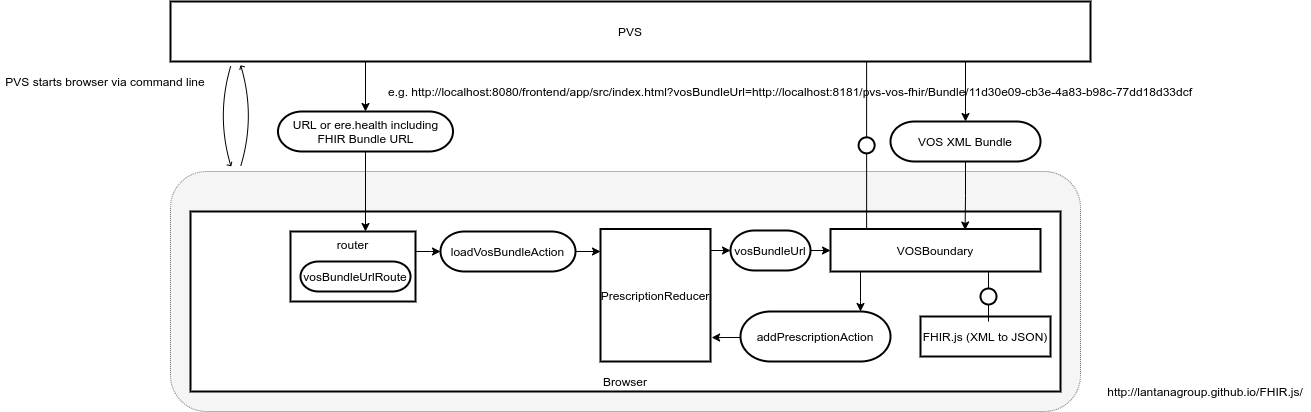
Above: img/vos-architecture.png in ere-health/architecture (draw.io), before the change. Source tidied: cells renumbered, new cells last; positions are measured from the earlier drawing's top-left corner, leaving out a move shared by most shapes.
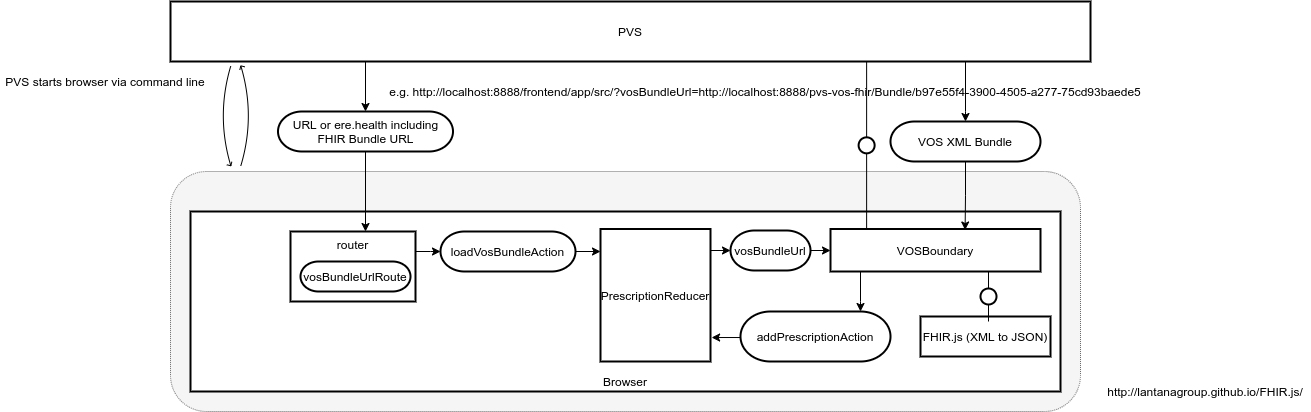
Later version of the same file.

Commit message:
Used correct UUID in example link

Change to the diagram source:
```diff
@@ -41,8 +41,8 @@
     <mxCell id="9" value="URL or ere.health including&lt;br&gt;FHIR Bundle URL" style="rounded=1;whiteSpace=wrap;html=1;arcSize=60;strokeWidth=2;" parent="1" vertex="1">
       <mxGeometry x="277.5" y="110" width="175" height="40" as="geometry" />
     </mxCell>
-    <mxCell id="10" value="e.g.&amp;nbsp;http://localhost:8080/frontend/app/src/index.html?vosBundleUrl=http://localhost:8181/pvs-vos-fhir/Bundle/11d30e09-cb3e-4a83-b98c-77dd18d33dcf" style="text;html=1;strokeColor=none;fillColor=none;align=center;verticalAlign=middle;whiteSpace=wrap;rounded=0;" parent="1" vertex="1">
-      <mxGeometry x="380" y="80" width="820" height="20" as="geometry" />
+    <mxCell id="10" value="e.g.&amp;nbsp;http://localhost:8888/frontend/app/src/?vosBundleUrl=http://localhost:8888/pvs-vos-fhir/Bundle/b97e55f4-3900-4505-a277-75cd93baede5" style="text;html=1;strokeColor=none;fillColor=none;align=center;verticalAlign=middle;whiteSpace=wrap;rounded=0;" parent="1" vertex="1">
+      <mxGeometry x="380" y="80" width="770" height="20" as="geometry" />
     </mxCell>
     <mxCell id="11" style="edgeStyle=orthogonalEdgeStyle;rounded=0;jettySize=auto;html=1;" parent="1" edge="1" source="12" target="14">
       <mxGeometry relative="1" as="geometry">
```
